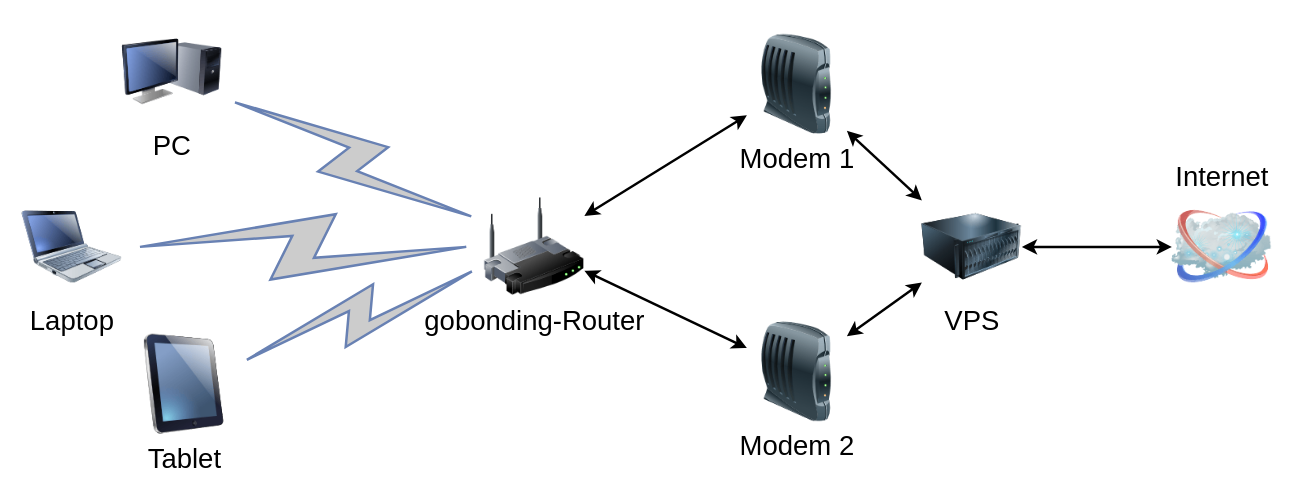
Before: assets/overview.drawio in kochelmonster/gobonding, a draw.io diagram. Source tidied: cells renumbered, new cells numbered last; positions are measured from the earlier drawing's top-left corner, leaving out a move shared by most shapes. Both pictures are drawn from the tidied source at 125%, with x=0, y=0 at pixel (21, 21).
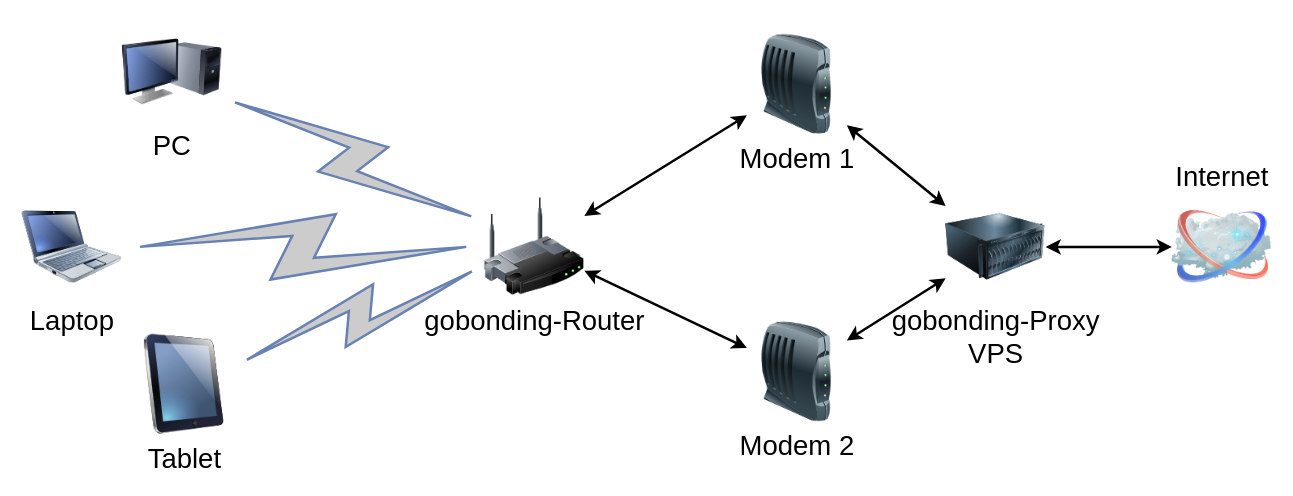
Above is the later version.

The edit, as a diff of the source:
```diff
@@
 <mxGraphModel>
   <root>
     <mxCell id="0" />
     <mxCell id="1" parent="0" />
     <mxCell id="2" style="edgeStyle=none;rounded=0;html=1;labelBackgroundColor=none;endArrow=classic;strokeWidth=2;fontFamily=Verdana;fontSize=22;startArrow=classic;startFill=1;endFill=1;" parent="1" edge="1" source="3" target="12">
       <mxGeometry relative="1" as="geometry" />
     </mxCell>
     <mxCell id="3" value="gobonding-Router" style="image;html=1;labelBackgroundColor=#ffffff;image=img/lib/clip_art/networking/Wireless_Router_128x128.png;rounded=1;shadow=0;comic=0;strokeWidth=2;fontSize=22;" parent="1" vertex="1">
       <mxGeometry x="370" y="140" width="80" height="80" as="geometry" />
     </mxCell>
     <mxCell id="4" value="Internet" style="image;html=1;labelBackgroundColor=#ffffff;image=img/lib/clip_art/networking/Cloud_128x128.png;rounded=1;shadow=0;comic=0;strokeWidth=2;fontSize=22;labelPosition=center;verticalLabelPosition=top;align=center;verticalAlign=bottom;" parent="1" vertex="1">
       <mxGeometry x="920" y="140" width="80" height="80" as="geometry" />
     </mxCell>
     <mxCell id="5" value="Tablet" style="image;html=1;labelBackgroundColor=#ffffff;image=img/lib/clip_art/computers/iPad_128x128.png;rounded=1;shadow=0;comic=0;strokeWidth=2;fontSize=22;" parent="1" vertex="1">
       <mxGeometry x="90" y="250" width="80" height="80" as="geometry" />
     </mxCell>
     <mxCell id="6" value="PC" style="image;html=1;labelBackgroundColor=#ffffff;image=img/lib/clip_art/computers/Monitor_Tower_128x128.png;rounded=1;shadow=0;comic=0;strokeWidth=2;fontSize=22;" parent="1" vertex="1">
       <mxGeometry x="80" width="80" height="80" as="geometry" />
     </mxCell>
     <mxCell id="7" value="Laptop" style="image;html=1;labelBackgroundColor=#ffffff;image=img/lib/clip_art/computers/Netbook_128x128.png;rounded=1;shadow=0;comic=0;strokeWidth=2;fontSize=22;" parent="1" vertex="1">
       <mxGeometry y="140" width="80" height="80" as="geometry" />
     </mxCell>
     <mxCell id="8" style="html=1;fillColor=#CCCCCC;strokeColor=#6881B3;gradientColor=none;gradientDirection=north;strokeWidth=2;shape=mxgraph.networks.comm_link_edge;html=1;labelBackgroundColor=none;endArrow=none;fontFamily=Verdana;fontSize=22;fontColor=#000000;fontStyle=1;" parent="1" edge="1" source="6" target="3">
       <mxGeometry relative="1" as="geometry" />
     </mxCell>
     <mxCell id="9" style="html=1;fillColor=#CCCCCC;strokeColor=#6881B3;gradientColor=none;gradientDirection=north;strokeWidth=2;shape=mxgraph.networks.comm_link_edge;html=1;labelBackgroundColor=none;endArrow=none;fontFamily=Verdana;fontSize=22;fontColor=#000000;" parent="1" edge="1" source="7" target="3">
       <mxGeometry relative="1" as="geometry" />
     </mxCell>
     <mxCell id="10" style="html=1;fillColor=#CCCCCC;strokeColor=#6881B3;gradientColor=none;gradientDirection=north;strokeWidth=2;shape=mxgraph.networks.comm_link_edge;html=1;labelBackgroundColor=none;endArrow=none;fontFamily=Verdana;fontSize=22;fontColor=#000000;" parent="1" edge="1" source="5" target="3">
       <mxGeometry relative="1" as="geometry" />
     </mxCell>
-    <mxCell id="11" value="VPS" style="image;html=1;image=img/lib/clip_art/computers/Server_128x128.png;fontSize=22;" parent="1" vertex="1">
-      <mxGeometry x="720" y="140" width="80" height="80" as="geometry" />
+    <mxCell id="11" value="gobonding-Proxy&lt;br&gt;VPS" style="image;html=1;image=img/lib/clip_art/computers/Server_128x128.png;fontSize=22;" parent="1" vertex="1">
+      <mxGeometry x="739" y="140" width="80" height="80" as="geometry" />
     </mxCell>
     <mxCell id="12" value="Modem 1" style="image;html=1;image=img/lib/clip_art/networking/Modem_128x128.png;fontSize=22;" parent="1" vertex="1">
       <mxGeometry x="580" y="10" width="80" height="80" as="geometry" />
     </mxCell>
     <mxCell id="13" style="edgeStyle=none;rounded=0;html=1;labelBackgroundColor=none;endArrow=classic;strokeWidth=2;fontFamily=Verdana;fontSize=22;startArrow=classic;startFill=1;endFill=1;" parent="1" edge="1" source="14" target="3">
       <mxGeometry relative="1" as="geometry" />
     </mxCell>
     <mxCell id="14" value="Modem 2" style="image;html=1;image=img/lib/clip_art/networking/Modem_128x128.png;fontSize=22;" parent="1" vertex="1">
       <mxGeometry x="580" y="240" width="80" height="80" as="geometry" />
     </mxCell>
     <mxCell id="15" style="edgeStyle=none;rounded=0;html=1;labelBackgroundColor=none;endArrow=classic;strokeWidth=2;fontFamily=Verdana;fontSize=22;startArrow=classic;startFill=1;endFill=1;" parent="1" edge="1" source="14" target="11">
       <mxGeometry relative="1" as="geometry" />
     </mxCell>
     <mxCell id="16" style="edgeStyle=none;rounded=0;html=1;labelBackgroundColor=none;endArrow=classic;strokeWidth=2;fontFamily=Verdana;fontSize=22;startArrow=classic;startFill=1;endFill=1;" parent="1" edge="1" source="11" target="12">
       <mxGeometry relative="1" as="geometry" />
     </mxCell>
     <mxCell id="17" style="edgeStyle=none;rounded=0;html=1;labelBackgroundColor=none;endArrow=classic;strokeWidth=2;fontFamily=Verdana;fontSize=22;startArrow=classic;startFill=1;endFill=1;" parent="1" edge="1" source="4" target="11">
       <mxGeometry relative="1" as="geometry" />
     </mxCell>
   </root>
 </mxGraphModel>
```
